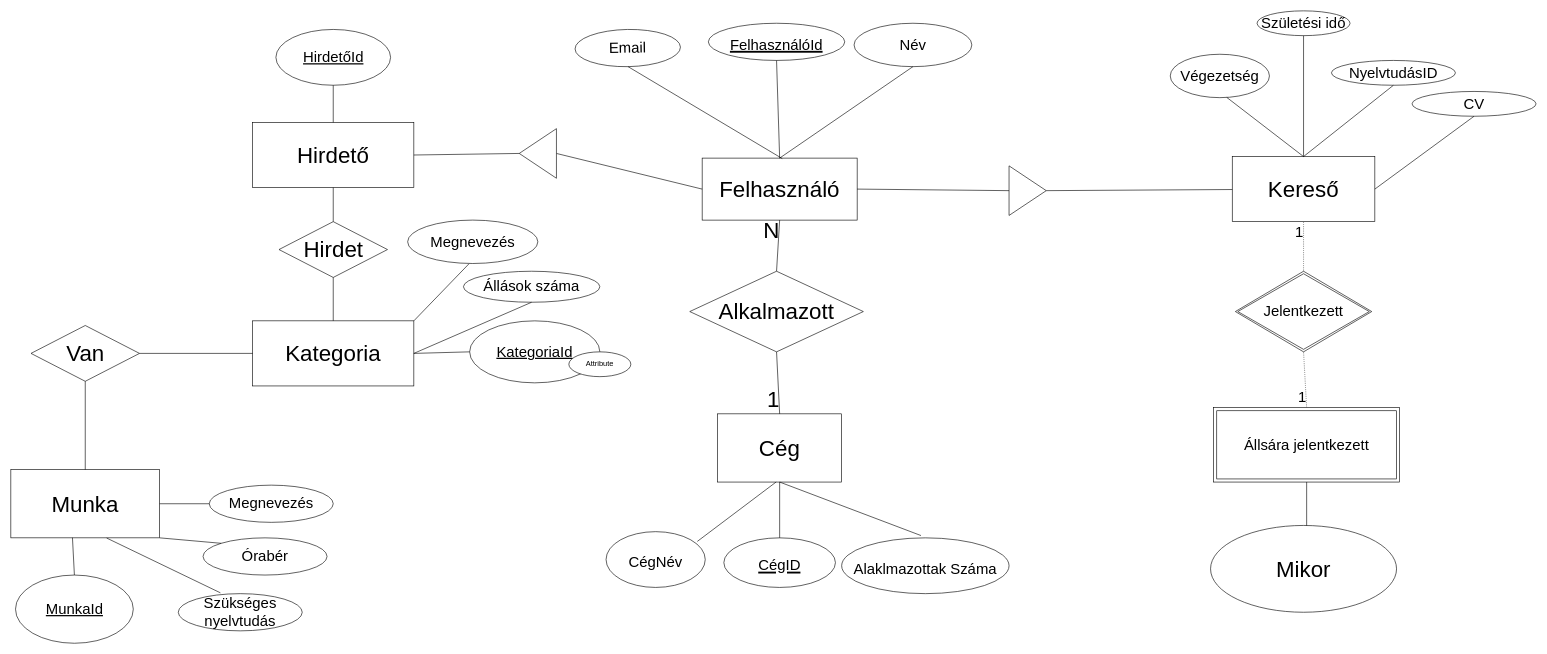
This is Dokumentéció/EgyedKapcsolat.drawio from Rudnay07/AdatBazisAlpuRendszerek, a draw.io file, before an edit. Source tidied: cells renumbered, new cells numbered last; positions are measured from the earlier drawing's top-left corner, leaving out a move shared by most shapes. Both pictures are drawn from the tidied source at 62%, with x=0, y=0 at pixel (11, 11).
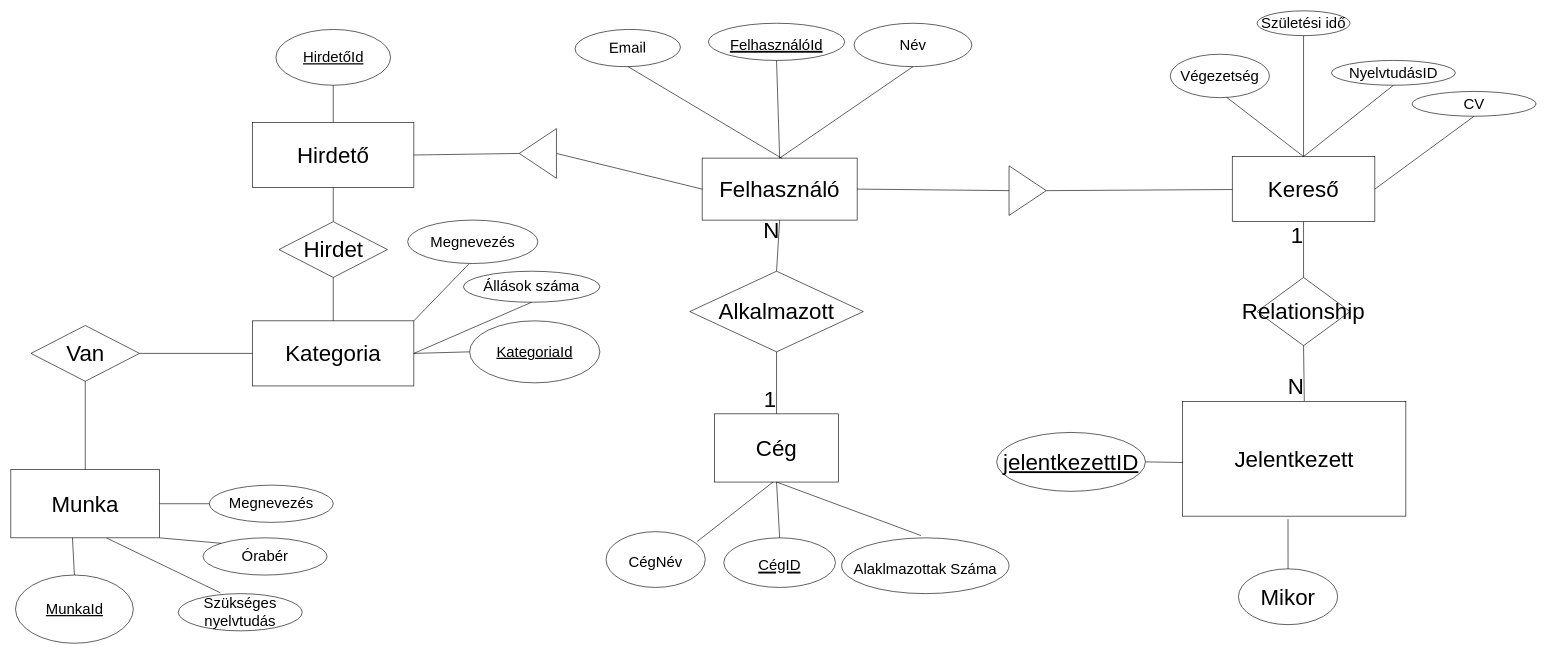
Above is the later version.

Unchanged cells that the change refers to:
```xml
<mxCell id="6" value="&lt;font style=&quot;font-size: 36px;&quot;&gt;Kereső&lt;/font&gt;" style="rounded=0;whiteSpace=wrap;html=1;" parent="1" vertex="1">
  <mxGeometry x="1970" y="235" width="230" height="105" as="geometry" />
</mxCell>
```

Change to the diagram source:
```diff
@@
     <mxCell id="3" value="&lt;font style=&quot;font-size: 36px;&quot;&gt;Cég&lt;/font&gt;" style="rounded=0;whiteSpace=wrap;html=1;" parent="1" vertex="1">
-      <mxGeometry x="1140" y="650" width="200" height="110" as="geometry" />
+      <mxGeometry x="1135" y="650" width="200" height="110" as="geometry" />
     </mxCell>
@@
-    <mxCell id="62" value="Állsára jelentkezett" style="shape=ext;margin=3;double=1;whiteSpace=wrap;html=1;align=center;fontSize=24;" parent="1" vertex="1">
-      <mxGeometry x="1940" y="640" width="300" height="120" as="geometry" />
-    </mxCell>
-    <mxCell id="63" value="Jelentkezett" style="shape=rhombus;double=1;perimeter=rhombusPerimeter;whiteSpace=wrap;html=1;align=center;fontSize=24;" parent="1" vertex="1">
-      <mxGeometry x="1975" y="420" width="220" height="130" as="geometry" />
+    <mxCell id="63" value="Jelentkezett" style="whiteSpace=wrap;html=1;align=center;fontSize=36;" parent="1" vertex="1">
+      <mxGeometry x="1890" y="630" width="360" height="185" as="geometry" />
     </mxCell>
-    <mxCell id="64" style="endArrow=none;html=1;rounded=0;dashed=1;dashPattern=1 2;fontSize=24;exitX=0.5;exitY=1;exitDx=0;exitDy=0;entryX=0.5;entryY=0;entryDx=0;entryDy=0;" parent="1" edge="1" source="63" target="62">
-      <mxGeometry relative="1" as="geometry" />
-    </mxCell>
-    <mxCell id="65" value="1" style="html=1;align=right;verticalAlign=bottom;fontSize=24;" parent="64" vertex="1">
-      <mxGeometry x="1" relative="1" as="geometry" />
-    </mxCell>
-    <mxCell id="66" style="endArrow=none;html=1;rounded=0;dashed=1;dashPattern=1 2;fontSize=24;entryX=0.5;entryY=1;entryDx=0;entryDy=0;exitX=0.5;exitY=0;exitDx=0;exitDy=0;" parent="1" edge="1" source="63" target="6">
-      <mxGeometry relative="1" as="geometry" />
-    </mxCell>
-    <mxCell id="67" value="1" style="html=1;align=right;verticalAlign=bottom;fontSize=24;" parent="66" vertex="1">
-      <mxGeometry x="1" relative="1" as="geometry">
-        <mxPoint y="33" as="offset" />
-      </mxGeometry>
-    </mxCell>
-    <mxCell id="68" style="endArrow=none;html=1;rounded=0;fontSize=24;entryX=0.5;entryY=1;entryDx=0;entryDy=0;exitX=0.5;exitY=0;exitDx=0;exitDy=0;" parent="1" edge="1" target="62">
-      <mxGeometry relative="1" as="geometry">
-        <mxPoint x="2090" y="845" as="sourcePoint" />
-      </mxGeometry>
-    </mxCell>
-    <mxCell id="69" value="Attribute" style="ellipse;whiteSpace=wrap;html=1;align=center;" parent="1" vertex="1">
-      <mxGeometry x="900" y="550" width="100" height="40" as="geometry" />
-    </mxCell>
+    <mxCell id="71" value="Relationship" style="shape=rhombus;perimeter=rhombusPerimeter;whiteSpace=wrap;html=1;align=center;fontSize=36;" parent="1" vertex="1">
+      <mxGeometry x="2010" y="430" width="150" height="110" as="geometry" />
+    </mxCell>
+    <mxCell id="72" style="endArrow=none;html=1;rounded=0;fontSize=36;entryX=0.5;entryY=1;entryDx=0;entryDy=0;" parent="1" edge="1" source="71" target="6">
+      <mxGeometry relative="1" as="geometry" />
+    </mxCell>
+    <mxCell id="73" value="1" style="html=1;align=right;verticalAlign=bottom;fontSize=36;" parent="72" vertex="1">
+      <mxGeometry x="1" relative="1" as="geometry">
+        <mxPoint y="45" as="offset" />
+      </mxGeometry>
+    </mxCell>
+    <mxCell id="74" style="endArrow=none;html=1;rounded=0;fontSize=36;entryX=0.545;entryY=-0.004;entryDx=0;entryDy=0;entryPerimeter=0;exitX=0.5;exitY=1;exitDx=0;exitDy=0;" parent="1" edge="1" source="71" target="63">
+      <mxGeometry relative="1" as="geometry" />
+    </mxCell>
+    <mxCell id="75" value="N" style="html=1;align=right;verticalAlign=bottom;fontSize=36;" parent="74" vertex="1">
+      <mxGeometry x="1" relative="1" as="geometry" />
+    </mxCell>
+    <mxCell id="76" style="endArrow=none;html=1;rounded=0;fontSize=36;entryX=0.001;entryY=0.532;entryDx=0;entryDy=0;entryPerimeter=0;exitX=1;exitY=0.5;exitDx=0;exitDy=0;" parent="1" edge="1" source="77" target="63">
+      <mxGeometry relative="1" as="geometry" />
+    </mxCell>
+    <mxCell id="77" value="jelentkezettID" style="ellipse;whiteSpace=wrap;html=1;align=center;fontStyle=4;fontSize=36;" parent="1" vertex="1">
+      <mxGeometry x="1590" y="680" width="240" height="95" as="geometry" />
+    </mxCell>
-    <mxCell id="70" value="&lt;font style=&quot;font-size: 36px;&quot;&gt;Mikor&lt;/font&gt;" style="ellipse;whiteSpace=wrap;html=1;align=center;" parent="1" vertex="1">
-      <mxGeometry x="1935" y="830" width="300" height="140" as="geometry" />
+    <mxCell id="70" value="Mikor" style="ellipse;whiteSpace=wrap;html=1;align=center;fontSize=36;" parent="1" vertex="1">
+      <mxGeometry x="1980" y="900" width="160" height="90" as="geometry" />
     </mxCell>
+    <mxCell id="78" style="endArrow=none;html=1;rounded=0;fontSize=36;exitX=0.5;exitY=0;exitDx=0;exitDy=0;entryX=0.472;entryY=1.027;entryDx=0;entryDy=0;entryPerimeter=0;" parent="1" edge="1" source="70" target="63">
+      <mxGeometry relative="1" as="geometry" />
+    </mxCell>
```
